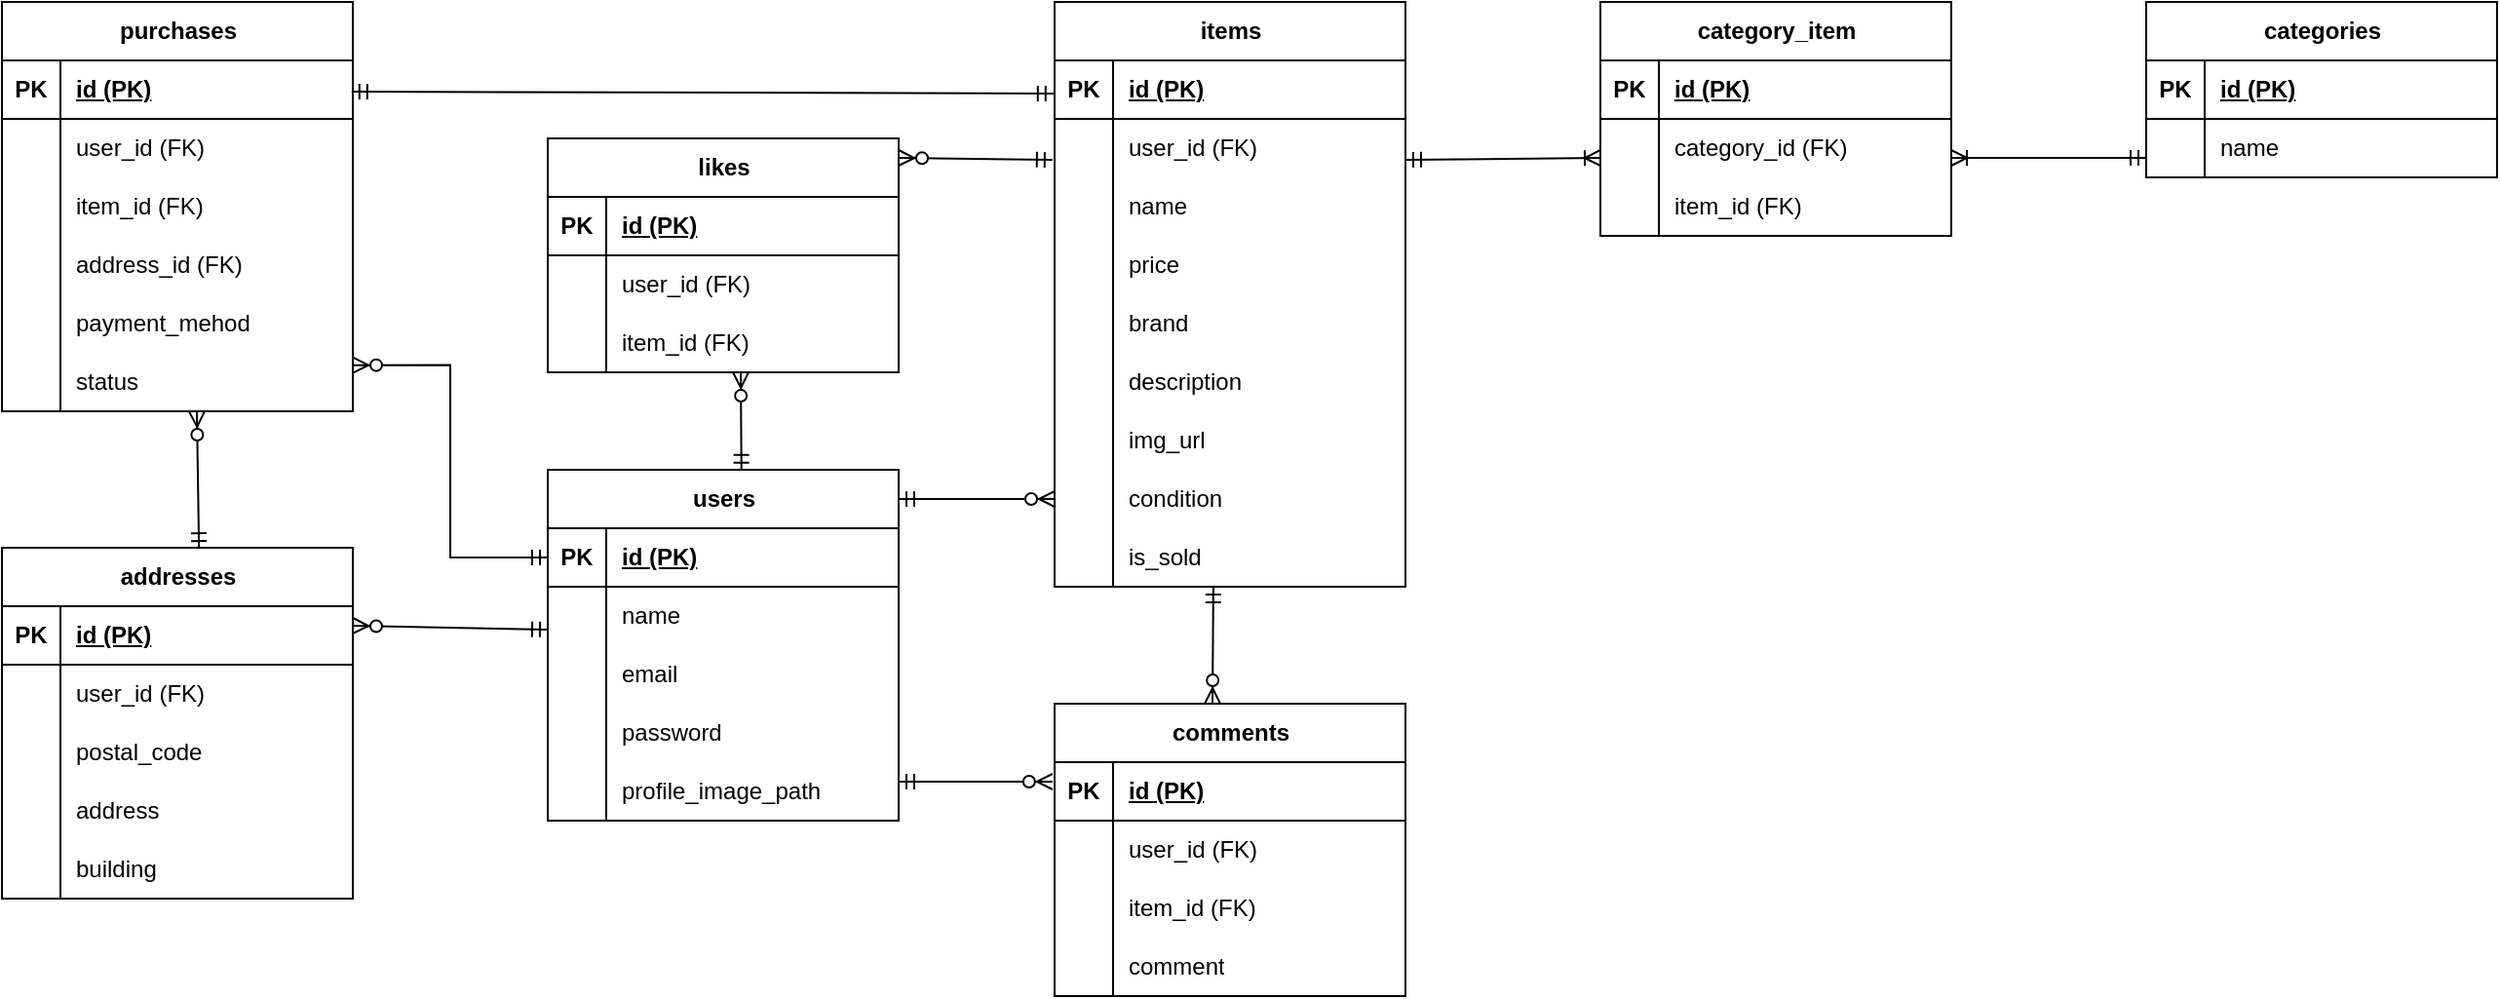
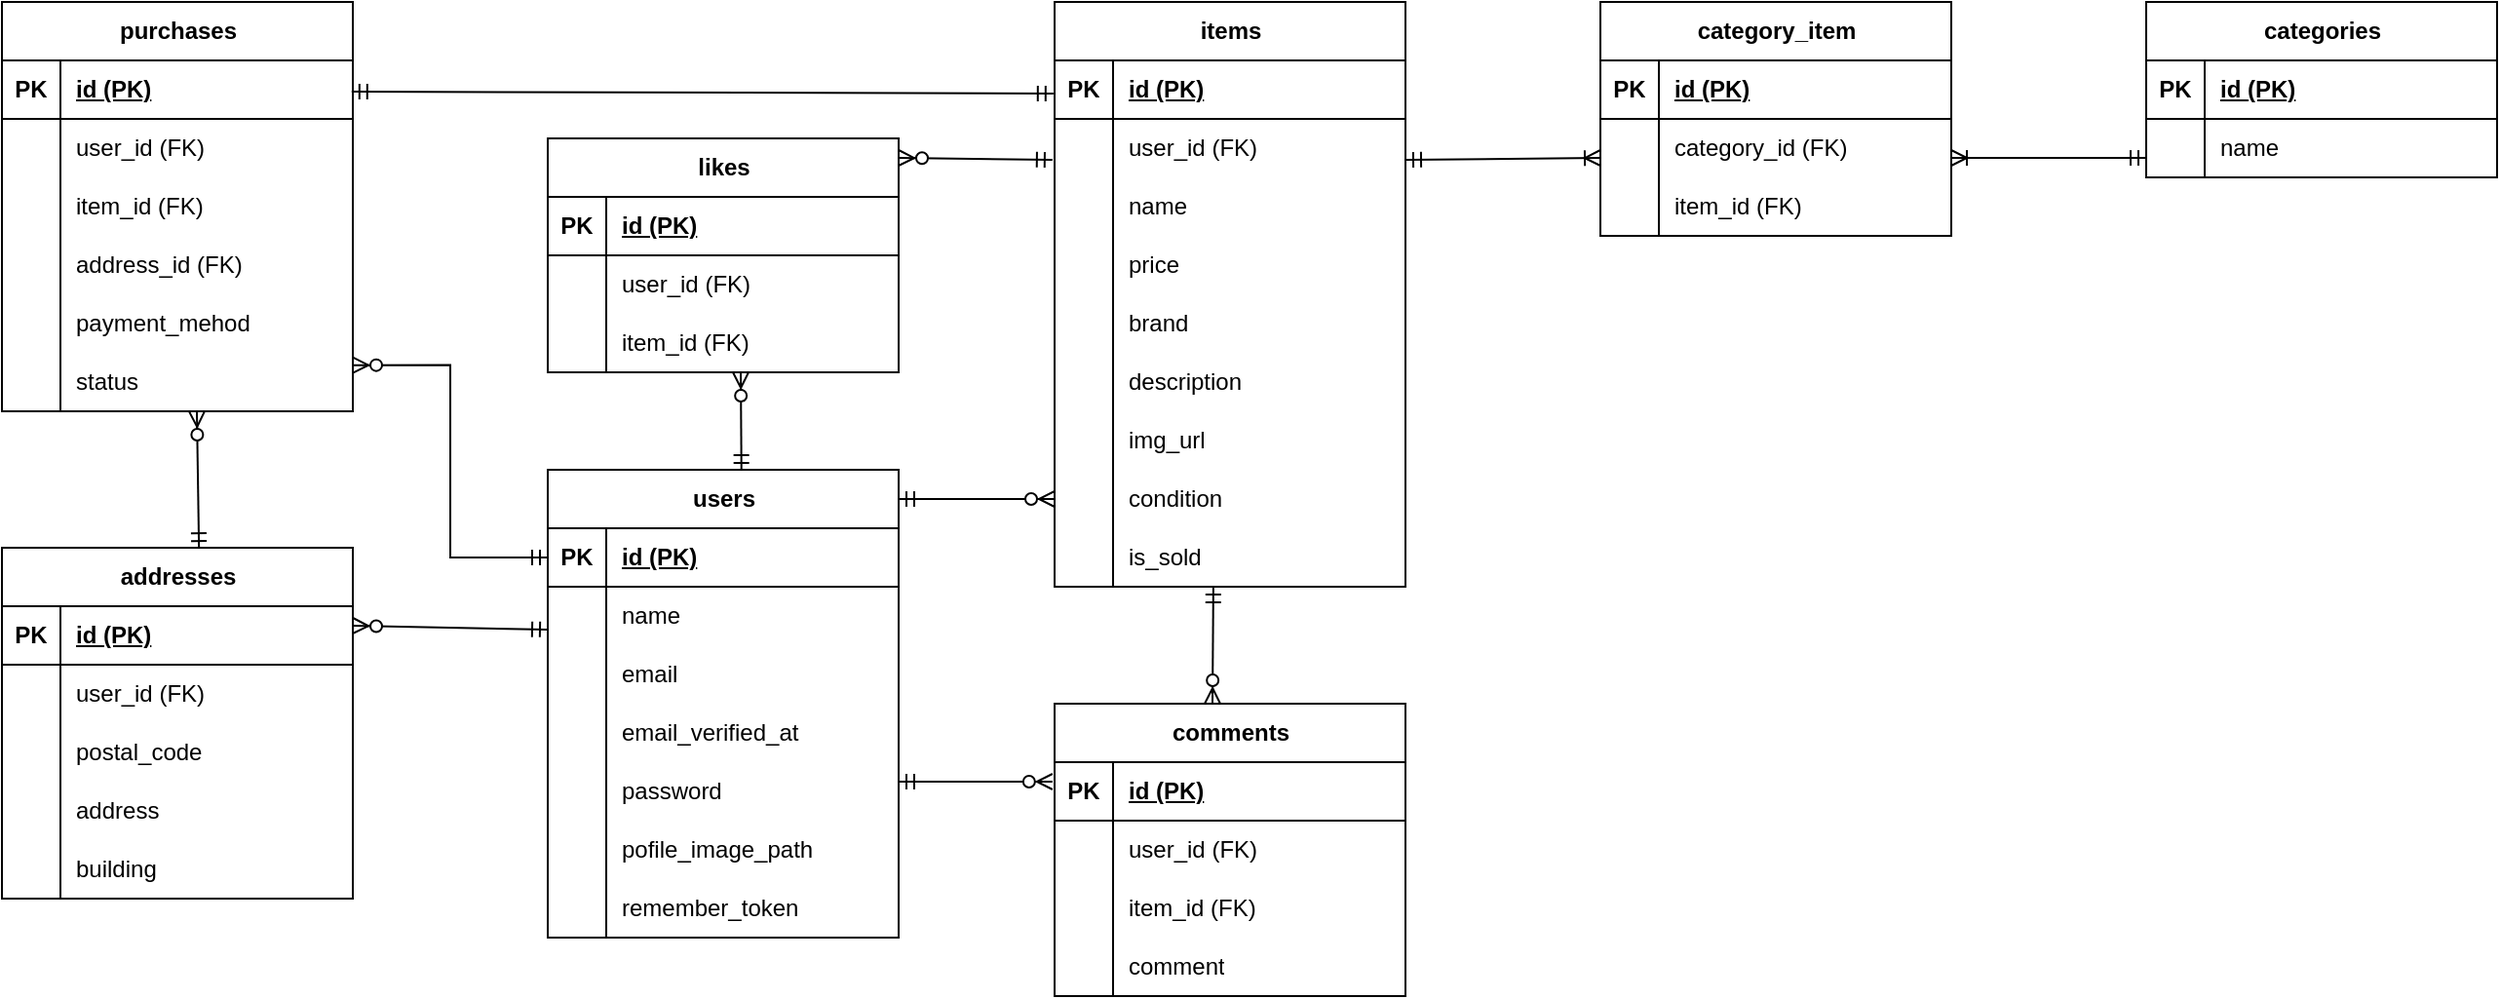
<mxfile host="65bd71144e" scale="1" border="30">
    <diagram id="N1h_2JNsAyLTxUPrJnHD" name="ページ1">
-         <mxGraphModel dx="3214.6" dy="701" grid="1" gridSize="48" guides="0" tooltips="1" connect="0" arrows="0" fold="1" page="1" pageScale="0.9" pageWidth="1654" pageHeight="1169" background="#FFFFFF" math="0" shadow="0">
+         <mxGraphModel dx="2512.6" dy="364" grid="1" gridSize="48" guides="0" tooltips="1" connect="0" arrows="0" fold="1" page="1" pageScale="0.9" pageWidth="1654" pageHeight="1169" background="#FFFFFF" math="0" shadow="0">
            <root>
                <object label="" margin="20px" id="0">
                    <mxCell/>
                </object>
                <mxCell id="1" parent="0"/>
                <mxCell id="318" value="" style="group;movable=1;resizable=1;rotatable=1;deletable=1;editable=1;locked=0;connectable=1;shadow=0;" parent="1" vertex="1" connectable="0">
                    <mxGeometry x="-670" y="336" width="1280" height="510" as="geometry"/>
                </mxCell>
                <mxCell id="319" value="users" style="shape=table;startSize=30;container=1;collapsible=1;childLayout=tableLayout;fixedRows=1;rowLines=0;fontStyle=1;align=center;resizeLast=1;html=1;rounded=0;movable=1;resizable=1;rotatable=1;deletable=1;editable=1;locked=0;connectable=1;shadow=0;" parent="318" vertex="1">
-                     <mxGeometry x="280" y="240" width="180" height="180" as="geometry"/>
+                     <mxGeometry x="280" y="240" width="180" height="240" as="geometry"/>
                </mxCell>
                <mxCell id="320" value="" style="shape=tableRow;horizontal=0;startSize=0;swimlaneHead=0;swimlaneBody=0;fillColor=none;collapsible=0;dropTarget=0;points=[[0,0.5],[1,0.5]];portConstraint=eastwest;top=0;left=0;right=0;bottom=1;rounded=0;movable=1;resizable=1;rotatable=1;deletable=1;editable=1;locked=0;connectable=1;shadow=0;" parent="319" vertex="1">
                    <mxGeometry y="30" width="180" height="30" as="geometry"/>
                </mxCell>
                <mxCell id="321" value="PK" style="shape=partialRectangle;connectable=1;fillColor=none;top=0;left=0;bottom=0;right=0;fontStyle=1;overflow=hidden;whiteSpace=wrap;html=1;rounded=0;movable=1;resizable=1;rotatable=1;deletable=1;editable=1;locked=0;shadow=0;" parent="320" vertex="1">
                    <mxGeometry width="30" height="30" as="geometry">
                        <mxRectangle width="30" height="30" as="alternateBounds"/>
                    </mxGeometry>
                </mxCell>
                <mxCell id="322" value="id (PK)" style="shape=partialRectangle;connectable=1;fillColor=none;top=0;left=0;bottom=0;right=0;align=left;spacingLeft=6;fontStyle=5;overflow=hidden;whiteSpace=wrap;html=1;rounded=0;movable=1;resizable=1;rotatable=1;deletable=1;editable=1;locked=0;shadow=0;" parent="320" vertex="1">
                    <mxGeometry x="30" width="150" height="30" as="geometry">
                        <mxRectangle width="150" height="30" as="alternateBounds"/>
                    </mxGeometry>
                </mxCell>
                <mxCell id="323" value="" style="shape=tableRow;horizontal=0;startSize=0;swimlaneHead=0;swimlaneBody=0;fillColor=none;collapsible=0;dropTarget=0;points=[[0,0.5],[1,0.5]];portConstraint=eastwest;top=0;left=0;right=0;bottom=0;rounded=0;movable=1;resizable=1;rotatable=1;deletable=1;editable=1;locked=0;connectable=1;shadow=0;" parent="319" vertex="1">
                    <mxGeometry y="60" width="180" height="30" as="geometry"/>
                </mxCell>
                <mxCell id="324" value="" style="shape=partialRectangle;connectable=1;fillColor=none;top=0;left=0;bottom=0;right=0;editable=1;overflow=hidden;whiteSpace=wrap;html=1;rounded=0;movable=1;resizable=1;rotatable=1;deletable=1;locked=0;shadow=0;" parent="323" vertex="1">
                    <mxGeometry width="30" height="30" as="geometry">
                        <mxRectangle width="30" height="30" as="alternateBounds"/>
                    </mxGeometry>
                </mxCell>
                <mxCell id="325" value="name" style="shape=partialRectangle;connectable=1;fillColor=none;top=0;left=0;bottom=0;right=0;align=left;spacingLeft=6;overflow=hidden;whiteSpace=wrap;html=1;rounded=0;movable=1;resizable=1;rotatable=1;deletable=1;editable=1;locked=0;shadow=0;" parent="323" vertex="1">
                    <mxGeometry x="30" width="150" height="30" as="geometry">
                        <mxRectangle width="150" height="30" as="alternateBounds"/>
                    </mxGeometry>
                </mxCell>
                <mxCell id="326" value="" style="shape=tableRow;horizontal=0;startSize=0;swimlaneHead=0;swimlaneBody=0;fillColor=none;collapsible=0;dropTarget=0;points=[[0,0.5],[1,0.5]];portConstraint=eastwest;top=0;left=0;right=0;bottom=0;rounded=0;movable=1;resizable=1;rotatable=1;deletable=1;editable=1;locked=0;connectable=1;shadow=0;" parent="319" vertex="1">
                    <mxGeometry y="90" width="180" height="30" as="geometry"/>
                </mxCell>
                <mxCell id="327" value="" style="shape=partialRectangle;connectable=1;fillColor=none;top=0;left=0;bottom=0;right=0;editable=1;overflow=hidden;whiteSpace=wrap;html=1;rounded=0;movable=1;resizable=1;rotatable=1;deletable=1;locked=0;shadow=0;" parent="326" vertex="1">
                    <mxGeometry width="30" height="30" as="geometry">
                        <mxRectangle width="30" height="30" as="alternateBounds"/>
                    </mxGeometry>
                </mxCell>
                <mxCell id="328" value="email" style="shape=partialRectangle;connectable=1;fillColor=none;top=0;left=0;bottom=0;right=0;align=left;spacingLeft=6;overflow=hidden;whiteSpace=wrap;html=1;rounded=0;movable=1;resizable=1;rotatable=1;deletable=1;editable=1;locked=0;shadow=0;" parent="326" vertex="1">
                    <mxGeometry x="30" width="150" height="30" as="geometry">
                        <mxRectangle width="150" height="30" as="alternateBounds"/>
                    </mxGeometry>
                </mxCell>
                <mxCell id="329" value="" style="shape=tableRow;horizontal=0;startSize=0;swimlaneHead=0;swimlaneBody=0;fillColor=none;collapsible=0;dropTarget=0;points=[[0,0.5],[1,0.5]];portConstraint=eastwest;top=0;left=0;right=0;bottom=0;rounded=0;movable=1;resizable=1;rotatable=1;deletable=1;editable=1;locked=0;connectable=1;shadow=0;" parent="319" vertex="1">
                    <mxGeometry y="120" width="180" height="30" as="geometry"/>
                </mxCell>
                <mxCell id="330" value="" style="shape=partialRectangle;connectable=1;fillColor=none;top=0;left=0;bottom=0;right=0;editable=1;overflow=hidden;whiteSpace=wrap;html=1;rounded=0;movable=1;resizable=1;rotatable=1;deletable=1;locked=0;shadow=0;" parent="329" vertex="1">
                    <mxGeometry width="30" height="30" as="geometry">
                        <mxRectangle width="30" height="30" as="alternateBounds"/>
                    </mxGeometry>
                </mxCell>
-                 <mxCell id="331" value="password" style="shape=partialRectangle;connectable=1;fillColor=none;top=0;left=0;bottom=0;right=0;align=left;spacingLeft=6;overflow=hidden;whiteSpace=wrap;html=1;rounded=0;movable=1;resizable=1;rotatable=1;deletable=1;editable=1;locked=0;shadow=0;" parent="329" vertex="1">
+                 <mxCell id="331" value="email_verified_at" style="shape=partialRectangle;connectable=1;fillColor=none;top=0;left=0;bottom=0;right=0;align=left;spacingLeft=6;overflow=hidden;whiteSpace=wrap;html=1;rounded=0;movable=1;resizable=1;rotatable=1;deletable=1;editable=1;locked=0;shadow=0;" parent="329" vertex="1">
                    <mxGeometry x="30" width="150" height="30" as="geometry">
                        <mxRectangle width="150" height="30" as="alternateBounds"/>
                    </mxGeometry>
                </mxCell>
                <mxCell id="332" value="" style="shape=tableRow;horizontal=0;startSize=0;swimlaneHead=0;swimlaneBody=0;fillColor=none;collapsible=0;dropTarget=0;points=[[0,0.5],[1,0.5]];portConstraint=eastwest;top=0;left=0;right=0;bottom=0;rounded=0;movable=1;resizable=1;rotatable=1;deletable=1;editable=1;locked=0;connectable=1;shadow=0;" parent="319" vertex="1">
                    <mxGeometry y="150" width="180" height="30" as="geometry"/>
                </mxCell>
                <mxCell id="333" value="" style="shape=partialRectangle;connectable=1;fillColor=none;top=0;left=0;bottom=0;right=0;editable=1;overflow=hidden;whiteSpace=wrap;html=1;rounded=0;movable=1;resizable=1;rotatable=1;deletable=1;locked=0;shadow=0;" parent="332" vertex="1">
                    <mxGeometry width="30" height="30" as="geometry">
                        <mxRectangle width="30" height="30" as="alternateBounds"/>
                    </mxGeometry>
                </mxCell>
-                 <mxCell id="334" value="profile_image_path" style="shape=partialRectangle;connectable=1;fillColor=none;top=0;left=0;bottom=0;right=0;align=left;spacingLeft=6;overflow=hidden;whiteSpace=wrap;html=1;rounded=0;movable=1;resizable=1;rotatable=1;deletable=1;editable=1;locked=0;shadow=0;" parent="332" vertex="1">
+                 <mxCell id="334" value="password" style="shape=partialRectangle;connectable=1;fillColor=none;top=0;left=0;bottom=0;right=0;align=left;spacingLeft=6;overflow=hidden;whiteSpace=wrap;html=1;rounded=0;movable=1;resizable=1;rotatable=1;deletable=1;editable=1;locked=0;shadow=0;" parent="332" vertex="1">
+                     <mxGeometry x="30" width="150" height="30" as="geometry">
+                         <mxRectangle width="150" height="30" as="alternateBounds"/>
+                     </mxGeometry>
+                 </mxCell>
+                 <mxCell id="453" value="" style="shape=tableRow;horizontal=0;startSize=0;swimlaneHead=0;swimlaneBody=0;fillColor=none;collapsible=0;dropTarget=0;points=[[0,0.5],[1,0.5]];portConstraint=eastwest;top=0;left=0;right=0;bottom=0;rounded=0;movable=1;resizable=1;rotatable=1;deletable=1;editable=1;locked=0;connectable=1;shadow=0;" vertex="1" parent="319">
+                     <mxGeometry y="180" width="180" height="30" as="geometry"/>
+                 </mxCell>
+                 <mxCell id="454" value="" style="shape=partialRectangle;connectable=1;fillColor=none;top=0;left=0;bottom=0;right=0;editable=1;overflow=hidden;whiteSpace=wrap;html=1;rounded=0;movable=1;resizable=1;rotatable=1;deletable=1;locked=0;shadow=0;" vertex="1" parent="453">
+                     <mxGeometry width="30" height="30" as="geometry">
+                         <mxRectangle width="30" height="30" as="alternateBounds"/>
+                     </mxGeometry>
+                 </mxCell>
+                 <mxCell id="455" value="pofile_image_path" style="shape=partialRectangle;connectable=1;fillColor=none;top=0;left=0;bottom=0;right=0;align=left;spacingLeft=6;overflow=hidden;whiteSpace=wrap;html=1;rounded=0;movable=1;resizable=1;rotatable=1;deletable=1;editable=1;locked=0;shadow=0;" vertex="1" parent="453">
+                     <mxGeometry x="30" width="150" height="30" as="geometry">
+                         <mxRectangle width="150" height="30" as="alternateBounds"/>
+                     </mxGeometry>
+                 </mxCell>
+                 <mxCell id="456" value="" style="shape=tableRow;horizontal=0;startSize=0;swimlaneHead=0;swimlaneBody=0;fillColor=none;collapsible=0;dropTarget=0;points=[[0,0.5],[1,0.5]];portConstraint=eastwest;top=0;left=0;right=0;bottom=0;rounded=0;movable=1;resizable=1;rotatable=1;deletable=1;editable=1;locked=0;connectable=1;shadow=0;" vertex="1" parent="319">
+                     <mxGeometry y="210" width="180" height="30" as="geometry"/>
+                 </mxCell>
+                 <mxCell id="457" value="" style="shape=partialRectangle;connectable=1;fillColor=none;top=0;left=0;bottom=0;right=0;editable=1;overflow=hidden;whiteSpace=wrap;html=1;rounded=0;movable=1;resizable=1;rotatable=1;deletable=1;locked=0;shadow=0;" vertex="1" parent="456">
+                     <mxGeometry width="30" height="30" as="geometry">
+                         <mxRectangle width="30" height="30" as="alternateBounds"/>
+                     </mxGeometry>
+                 </mxCell>
+                 <mxCell id="458" value="remember_token" style="shape=partialRectangle;connectable=1;fillColor=none;top=0;left=0;bottom=0;right=0;align=left;spacingLeft=6;overflow=hidden;whiteSpace=wrap;html=1;rounded=0;movable=1;resizable=1;rotatable=1;deletable=1;editable=1;locked=0;shadow=0;" vertex="1" parent="456">
                    <mxGeometry x="30" width="150" height="30" as="geometry">
                        <mxRectangle width="150" height="30" as="alternateBounds"/>
                    </mxGeometry>
                </mxCell>
                <mxCell id="335" value="items" style="shape=table;startSize=30;container=1;collapsible=1;childLayout=tableLayout;fixedRows=1;rowLines=0;fontStyle=1;align=center;resizeLast=1;html=1;rounded=0;movable=1;resizable=1;rotatable=1;deletable=1;editable=1;locked=0;connectable=1;shadow=0;" parent="318" vertex="1">
                    <mxGeometry x="540" width="180" height="300" as="geometry"/>
                </mxCell>
                <mxCell id="336" value="" style="shape=tableRow;horizontal=0;startSize=0;swimlaneHead=0;swimlaneBody=0;fillColor=none;collapsible=0;dropTarget=0;points=[[0,0.5],[1,0.5]];portConstraint=eastwest;top=0;left=0;right=0;bottom=1;rounded=0;movable=1;resizable=1;rotatable=1;deletable=1;editable=1;locked=0;connectable=1;shadow=0;" parent="335" vertex="1">
                    <mxGeometry y="30" width="180" height="30" as="geometry"/>
                </mxCell>
                <mxCell id="337" value="PK" style="shape=partialRectangle;connectable=1;fillColor=none;top=0;left=0;bottom=0;right=0;fontStyle=1;overflow=hidden;whiteSpace=wrap;html=1;rounded=0;movable=1;resizable=1;rotatable=1;deletable=1;editable=1;locked=0;shadow=0;" parent="336" vertex="1">
                    <mxGeometry width="30" height="30" as="geometry">
                        <mxRectangle width="30" height="30" as="alternateBounds"/>
                    </mxGeometry>
                </mxCell>
                <mxCell id="338" value="id (PK)" style="shape=partialRectangle;connectable=1;fillColor=none;top=0;left=0;bottom=0;right=0;align=left;spacingLeft=6;fontStyle=5;overflow=hidden;whiteSpace=wrap;html=1;rounded=0;movable=1;resizable=1;rotatable=1;deletable=1;editable=1;locked=0;shadow=0;" parent="336" vertex="1">
                    <mxGeometry x="30" width="150" height="30" as="geometry">
                        <mxRectangle width="150" height="30" as="alternateBounds"/>
                    </mxGeometry>
                </mxCell>
                <mxCell id="339" value="" style="shape=tableRow;horizontal=0;startSize=0;swimlaneHead=0;swimlaneBody=0;fillColor=none;collapsible=0;dropTarget=0;points=[[0,0.5],[1,0.5]];portConstraint=eastwest;top=0;left=0;right=0;bottom=0;rounded=0;movable=1;resizable=1;rotatable=1;deletable=1;editable=1;locked=0;connectable=1;shadow=0;" parent="335" vertex="1">
                    <mxGeometry y="60" width="180" height="30" as="geometry"/>
                </mxCell>
                <mxCell id="340" value="" style="shape=partialRectangle;connectable=1;fillColor=none;top=0;left=0;bottom=0;right=0;editable=1;overflow=hidden;whiteSpace=wrap;html=1;rounded=0;movable=1;resizable=1;rotatable=1;deletable=1;locked=0;shadow=0;" parent="339" vertex="1">
                    <mxGeometry width="30" height="30" as="geometry">
                        <mxRectangle width="30" height="30" as="alternateBounds"/>
                    </mxGeometry>
                </mxCell>
                <mxCell id="341" value="user_id (FK)" style="shape=partialRectangle;connectable=1;fillColor=none;top=0;left=0;bottom=0;right=0;align=left;spacingLeft=6;overflow=hidden;whiteSpace=wrap;html=1;rounded=0;movable=1;resizable=1;rotatable=1;deletable=1;editable=1;locked=0;shadow=0;" parent="339" vertex="1">
                    <mxGeometry x="30" width="150" height="30" as="geometry">
                        <mxRectangle width="150" height="30" as="alternateBounds"/>
                    </mxGeometry>
                </mxCell>
                <mxCell id="342" value="" style="shape=tableRow;horizontal=0;startSize=0;swimlaneHead=0;swimlaneBody=0;fillColor=none;collapsible=0;dropTarget=0;points=[[0,0.5],[1,0.5]];portConstraint=eastwest;top=0;left=0;right=0;bottom=0;rounded=0;movable=1;resizable=1;rotatable=1;deletable=1;editable=1;locked=0;connectable=1;shadow=0;" parent="335" vertex="1">
                    <mxGeometry y="90" width="180" height="30" as="geometry"/>
                </mxCell>
                <mxCell id="343" value="" style="shape=partialRectangle;connectable=1;fillColor=none;top=0;left=0;bottom=0;right=0;editable=1;overflow=hidden;whiteSpace=wrap;html=1;rounded=0;movable=1;resizable=1;rotatable=1;deletable=1;locked=0;shadow=0;" parent="342" vertex="1">
                    <mxGeometry width="30" height="30" as="geometry">
                        <mxRectangle width="30" height="30" as="alternateBounds"/>
                    </mxGeometry>
                </mxCell>
                <mxCell id="344" value="name" style="shape=partialRectangle;connectable=1;fillColor=none;top=0;left=0;bottom=0;right=0;align=left;spacingLeft=6;overflow=hidden;whiteSpace=wrap;html=1;rounded=0;movable=1;resizable=1;rotatable=1;deletable=1;editable=1;locked=0;shadow=0;" parent="342" vertex="1">
                    <mxGeometry x="30" width="150" height="30" as="geometry">
                        <mxRectangle width="150" height="30" as="alternateBounds"/>
                    </mxGeometry>
                </mxCell>
                <mxCell id="345" value="" style="shape=tableRow;horizontal=0;startSize=0;swimlaneHead=0;swimlaneBody=0;fillColor=none;collapsible=0;dropTarget=0;points=[[0,0.5],[1,0.5]];portConstraint=eastwest;top=0;left=0;right=0;bottom=0;rounded=0;movable=1;resizable=1;rotatable=1;deletable=1;editable=1;locked=0;connectable=1;shadow=0;" parent="335" vertex="1">
                    <mxGeometry y="120" width="180" height="30" as="geometry"/>
                </mxCell>
                <mxCell id="346" value="" style="shape=partialRectangle;connectable=1;fillColor=none;top=0;left=0;bottom=0;right=0;editable=1;overflow=hidden;whiteSpace=wrap;html=1;rounded=0;movable=1;resizable=1;rotatable=1;deletable=1;locked=0;shadow=0;" parent="345" vertex="1">
                    <mxGeometry width="30" height="30" as="geometry">
                        <mxRectangle width="30" height="30" as="alternateBounds"/>
                    </mxGeometry>
                </mxCell>
                <mxCell id="347" value="price" style="shape=partialRectangle;connectable=1;fillColor=none;top=0;left=0;bottom=0;right=0;align=left;spacingLeft=6;overflow=hidden;whiteSpace=wrap;html=1;rounded=0;movable=1;resizable=1;rotatable=1;deletable=1;editable=1;locked=0;shadow=0;" parent="345" vertex="1">
                    <mxGeometry x="30" width="150" height="30" as="geometry">
                        <mxRectangle width="150" height="30" as="alternateBounds"/>
                    </mxGeometry>
                </mxCell>
                <mxCell id="348" value="" style="shape=tableRow;horizontal=0;startSize=0;swimlaneHead=0;swimlaneBody=0;fillColor=none;collapsible=0;dropTarget=0;points=[[0,0.5],[1,0.5]];portConstraint=eastwest;top=0;left=0;right=0;bottom=0;rounded=0;movable=1;resizable=1;rotatable=1;deletable=1;editable=1;locked=0;connectable=1;shadow=0;" parent="335" vertex="1">
                    <mxGeometry y="150" width="180" height="30" as="geometry"/>
                </mxCell>
                <mxCell id="349" value="" style="shape=partialRectangle;connectable=1;fillColor=none;top=0;left=0;bottom=0;right=0;editable=1;overflow=hidden;whiteSpace=wrap;html=1;rounded=0;movable=1;resizable=1;rotatable=1;deletable=1;locked=0;shadow=0;" parent="348" vertex="1">
                    <mxGeometry width="30" height="30" as="geometry">
                        <mxRectangle width="30" height="30" as="alternateBounds"/>
                    </mxGeometry>
                </mxCell>
                <mxCell id="350" value="brand" style="shape=partialRectangle;connectable=1;fillColor=none;top=0;left=0;bottom=0;right=0;align=left;spacingLeft=6;overflow=hidden;whiteSpace=wrap;html=1;rounded=0;movable=1;resizable=1;rotatable=1;deletable=1;editable=1;locked=0;shadow=0;" parent="348" vertex="1">
                    <mxGeometry x="30" width="150" height="30" as="geometry">
                        <mxRectangle width="150" height="30" as="alternateBounds"/>
                    </mxGeometry>
                </mxCell>
                <mxCell id="351" value="" style="shape=tableRow;horizontal=0;startSize=0;swimlaneHead=0;swimlaneBody=0;fillColor=none;collapsible=0;dropTarget=0;points=[[0,0.5],[1,0.5]];portConstraint=eastwest;top=0;left=0;right=0;bottom=0;rounded=0;movable=1;resizable=1;rotatable=1;deletable=1;editable=1;locked=0;connectable=1;shadow=0;" parent="335" vertex="1">
                    <mxGeometry y="180" width="180" height="30" as="geometry"/>
                </mxCell>
                <mxCell id="352" value="" style="shape=partialRectangle;connectable=1;fillColor=none;top=0;left=0;bottom=0;right=0;editable=1;overflow=hidden;whiteSpace=wrap;html=1;rounded=0;movable=1;resizable=1;rotatable=1;deletable=1;locked=0;shadow=0;" parent="351" vertex="1">
                    <mxGeometry width="30" height="30" as="geometry">
                        <mxRectangle width="30" height="30" as="alternateBounds"/>
                    </mxGeometry>
                </mxCell>
                <mxCell id="353" value="description" style="shape=partialRectangle;connectable=1;fillColor=none;top=0;left=0;bottom=0;right=0;align=left;spacingLeft=6;overflow=hidden;whiteSpace=wrap;html=1;rounded=0;movable=1;resizable=1;rotatable=1;deletable=1;editable=1;locked=0;shadow=0;" parent="351" vertex="1">
                    <mxGeometry x="30" width="150" height="30" as="geometry">
                        <mxRectangle width="150" height="30" as="alternateBounds"/>
                    </mxGeometry>
                </mxCell>
                <mxCell id="354" value="" style="shape=tableRow;horizontal=0;startSize=0;swimlaneHead=0;swimlaneBody=0;fillColor=none;collapsible=0;dropTarget=0;points=[[0,0.5],[1,0.5]];portConstraint=eastwest;top=0;left=0;right=0;bottom=0;rounded=0;movable=1;resizable=1;rotatable=1;deletable=1;editable=1;locked=0;connectable=1;shadow=0;" parent="335" vertex="1">
                    <mxGeometry y="210" width="180" height="30" as="geometry"/>
                </mxCell>
                <mxCell id="355" value="" style="shape=partialRectangle;connectable=1;fillColor=none;top=0;left=0;bottom=0;right=0;editable=1;overflow=hidden;whiteSpace=wrap;html=1;rounded=0;movable=1;resizable=1;rotatable=1;deletable=1;locked=0;shadow=0;" parent="354" vertex="1">
                    <mxGeometry width="30" height="30" as="geometry">
                        <mxRectangle width="30" height="30" as="alternateBounds"/>
                    </mxGeometry>
                </mxCell>
                <mxCell id="356" value="img_url" style="shape=partialRectangle;connectable=1;fillColor=none;top=0;left=0;bottom=0;right=0;align=left;spacingLeft=6;overflow=hidden;whiteSpace=wrap;html=1;rounded=0;movable=1;resizable=1;rotatable=1;deletable=1;editable=1;locked=0;shadow=0;" parent="354" vertex="1">
                    <mxGeometry x="30" width="150" height="30" as="geometry">
                        <mxRectangle width="150" height="30" as="alternateBounds"/>
                    </mxGeometry>
                </mxCell>
                <mxCell id="357" value="" style="shape=tableRow;horizontal=0;startSize=0;swimlaneHead=0;swimlaneBody=0;fillColor=none;collapsible=0;dropTarget=0;points=[[0,0.5],[1,0.5]];portConstraint=eastwest;top=0;left=0;right=0;bottom=0;rounded=0;movable=1;resizable=1;rotatable=1;deletable=1;editable=1;locked=0;connectable=1;shadow=0;" parent="335" vertex="1">
                    <mxGeometry y="240" width="180" height="30" as="geometry"/>
                </mxCell>
                <mxCell id="358" value="" style="shape=partialRectangle;connectable=1;fillColor=none;top=0;left=0;bottom=0;right=0;editable=1;overflow=hidden;whiteSpace=wrap;html=1;rounded=0;movable=1;resizable=1;rotatable=1;deletable=1;locked=0;shadow=0;" parent="357" vertex="1">
                    <mxGeometry width="30" height="30" as="geometry">
                        <mxRectangle width="30" height="30" as="alternateBounds"/>
                    </mxGeometry>
                </mxCell>
                <mxCell id="359" value="condition" style="shape=partialRectangle;connectable=1;fillColor=none;top=0;left=0;bottom=0;right=0;align=left;spacingLeft=6;overflow=hidden;whiteSpace=wrap;html=1;rounded=0;movable=1;resizable=1;rotatable=1;deletable=1;editable=1;locked=0;shadow=0;" parent="357" vertex="1">
                    <mxGeometry x="30" width="150" height="30" as="geometry">
                        <mxRectangle width="150" height="30" as="alternateBounds"/>
                    </mxGeometry>
                </mxCell>
                <mxCell id="446" value="" style="shape=tableRow;horizontal=0;startSize=0;swimlaneHead=0;swimlaneBody=0;fillColor=none;collapsible=0;dropTarget=0;points=[[0,0.5],[1,0.5]];portConstraint=eastwest;top=0;left=0;right=0;bottom=0;rounded=0;movable=1;resizable=1;rotatable=1;deletable=1;editable=1;locked=0;connectable=1;shadow=0;" parent="335" vertex="1">
                    <mxGeometry y="270" width="180" height="30" as="geometry"/>
                </mxCell>
                <mxCell id="447" value="" style="shape=partialRectangle;connectable=1;fillColor=none;top=0;left=0;bottom=0;right=0;editable=1;overflow=hidden;whiteSpace=wrap;html=1;rounded=0;movable=1;resizable=1;rotatable=1;deletable=1;locked=0;shadow=0;" parent="446" vertex="1">
                    <mxGeometry width="30" height="30" as="geometry">
                        <mxRectangle width="30" height="30" as="alternateBounds"/>
                    </mxGeometry>
                </mxCell>
                <mxCell id="448" value="is_sold" style="shape=partialRectangle;connectable=1;fillColor=none;top=0;left=0;bottom=0;right=0;align=left;spacingLeft=6;overflow=hidden;whiteSpace=wrap;html=1;rounded=0;movable=1;resizable=1;rotatable=1;deletable=1;editable=1;locked=0;shadow=0;" parent="446" vertex="1">
                    <mxGeometry x="30" width="150" height="30" as="geometry">
                        <mxRectangle width="150" height="30" as="alternateBounds"/>
                    </mxGeometry>
                </mxCell>
                <mxCell id="360" value="categories" style="shape=table;startSize=30;container=1;collapsible=1;childLayout=tableLayout;fixedRows=1;rowLines=0;fontStyle=1;align=center;resizeLast=1;html=1;rounded=0;movable=1;resizable=1;rotatable=1;deletable=1;editable=1;locked=0;connectable=1;shadow=0;" parent="318" vertex="1">
                    <mxGeometry x="1100" width="180" height="90" as="geometry"/>
                </mxCell>
                <mxCell id="361" value="" style="shape=tableRow;horizontal=0;startSize=0;swimlaneHead=0;swimlaneBody=0;fillColor=none;collapsible=0;dropTarget=0;points=[[0,0.5],[1,0.5]];portConstraint=eastwest;top=0;left=0;right=0;bottom=1;rounded=0;movable=1;resizable=1;rotatable=1;deletable=1;editable=1;locked=0;connectable=1;shadow=0;" parent="360" vertex="1">
                    <mxGeometry y="30" width="180" height="30" as="geometry"/>
                </mxCell>
                <mxCell id="362" value="PK" style="shape=partialRectangle;connectable=1;fillColor=none;top=0;left=0;bottom=0;right=0;fontStyle=1;overflow=hidden;whiteSpace=wrap;html=1;rounded=0;movable=1;resizable=1;rotatable=1;deletable=1;editable=1;locked=0;shadow=0;" parent="361" vertex="1">
                    <mxGeometry width="30" height="30" as="geometry">
                        <mxRectangle width="30" height="30" as="alternateBounds"/>
                    </mxGeometry>
                </mxCell>
                <mxCell id="363" value="id (PK)" style="shape=partialRectangle;connectable=1;fillColor=none;top=0;left=0;bottom=0;right=0;align=left;spacingLeft=6;fontStyle=5;overflow=hidden;whiteSpace=wrap;html=1;rounded=0;movable=1;resizable=1;rotatable=1;deletable=1;editable=1;locked=0;shadow=0;" parent="361" vertex="1">
                    <mxGeometry x="30" width="150" height="30" as="geometry">
                        <mxRectangle width="150" height="30" as="alternateBounds"/>
                    </mxGeometry>
                </mxCell>
                <mxCell id="364" value="" style="shape=tableRow;horizontal=0;startSize=0;swimlaneHead=0;swimlaneBody=0;fillColor=none;collapsible=0;dropTarget=0;points=[[0,0.5],[1,0.5]];portConstraint=eastwest;top=0;left=0;right=0;bottom=0;rounded=0;movable=1;resizable=1;rotatable=1;deletable=1;editable=1;locked=0;connectable=1;shadow=0;" parent="360" vertex="1">
                    <mxGeometry y="60" width="180" height="30" as="geometry"/>
                </mxCell>
                <mxCell id="365" value="" style="shape=partialRectangle;connectable=1;fillColor=none;top=0;left=0;bottom=0;right=0;editable=1;overflow=hidden;whiteSpace=wrap;html=1;rounded=0;movable=1;resizable=1;rotatable=1;deletable=1;locked=0;shadow=0;" parent="364" vertex="1">
                    <mxGeometry width="30" height="30" as="geometry">
                        <mxRectangle width="30" height="30" as="alternateBounds"/>
                    </mxGeometry>
                </mxCell>
                <mxCell id="366" value="name" style="shape=partialRectangle;connectable=1;fillColor=none;top=0;left=0;bottom=0;right=0;align=left;spacingLeft=6;overflow=hidden;whiteSpace=wrap;html=1;rounded=0;movable=1;resizable=1;rotatable=1;deletable=1;editable=1;locked=0;shadow=0;" parent="364" vertex="1">
                    <mxGeometry x="30" width="150" height="30" as="geometry">
                        <mxRectangle width="150" height="30" as="alternateBounds"/>
                    </mxGeometry>
                </mxCell>
                <mxCell id="367" value="category_item" style="shape=table;startSize=30;container=1;collapsible=1;childLayout=tableLayout;fixedRows=1;rowLines=0;fontStyle=1;align=center;resizeLast=1;html=1;rounded=0;movable=1;resizable=1;rotatable=1;deletable=1;editable=1;locked=0;connectable=1;shadow=0;" parent="318" vertex="1">
                    <mxGeometry x="820" width="180" height="120" as="geometry"/>
                </mxCell>
                <mxCell id="368" value="" style="shape=tableRow;horizontal=0;startSize=0;swimlaneHead=0;swimlaneBody=0;fillColor=none;collapsible=0;dropTarget=0;points=[[0,0.5],[1,0.5]];portConstraint=eastwest;top=0;left=0;right=0;bottom=1;rounded=0;movable=1;resizable=1;rotatable=1;deletable=1;editable=1;locked=0;connectable=1;shadow=0;" parent="367" vertex="1">
                    <mxGeometry y="30" width="180" height="30" as="geometry"/>
                </mxCell>
                <mxCell id="369" value="PK" style="shape=partialRectangle;connectable=1;fillColor=none;top=0;left=0;bottom=0;right=0;fontStyle=1;overflow=hidden;whiteSpace=wrap;html=1;rounded=0;movable=1;resizable=1;rotatable=1;deletable=1;editable=1;locked=0;shadow=0;" parent="368" vertex="1">
                    <mxGeometry width="30" height="30" as="geometry">
                        <mxRectangle width="30" height="30" as="alternateBounds"/>
                    </mxGeometry>
                </mxCell>
                <mxCell id="370" value="id (PK)" style="shape=partialRectangle;connectable=1;fillColor=none;top=0;left=0;bottom=0;right=0;align=left;spacingLeft=6;fontStyle=5;overflow=hidden;whiteSpace=wrap;html=1;rounded=0;movable=1;resizable=1;rotatable=1;deletable=1;editable=1;locked=0;shadow=0;" parent="368" vertex="1">
                    <mxGeometry x="30" width="150" height="30" as="geometry">
                        <mxRectangle width="150" height="30" as="alternateBounds"/>
                    </mxGeometry>
                </mxCell>
                <mxCell id="371" value="" style="shape=tableRow;horizontal=0;startSize=0;swimlaneHead=0;swimlaneBody=0;fillColor=none;collapsible=0;dropTarget=0;points=[[0,0.5],[1,0.5]];portConstraint=eastwest;top=0;left=0;right=0;bottom=0;rounded=0;movable=1;resizable=1;rotatable=1;deletable=1;editable=1;locked=0;connectable=1;shadow=0;" parent="367" vertex="1">
                    <mxGeometry y="60" width="180" height="30" as="geometry"/>
                </mxCell>
                <mxCell id="372" value="" style="shape=partialRectangle;connectable=1;fillColor=none;top=0;left=0;bottom=0;right=0;editable=1;overflow=hidden;whiteSpace=wrap;html=1;rounded=0;movable=1;resizable=1;rotatable=1;deletable=1;locked=0;shadow=0;" parent="371" vertex="1">
                    <mxGeometry width="30" height="30" as="geometry">
                        <mxRectangle width="30" height="30" as="alternateBounds"/>
                    </mxGeometry>
                </mxCell>
                <mxCell id="373" value="category_id (FK)" style="shape=partialRectangle;connectable=1;fillColor=none;top=0;left=0;bottom=0;right=0;align=left;spacingLeft=6;overflow=hidden;whiteSpace=wrap;html=1;rounded=0;movable=1;resizable=1;rotatable=1;deletable=1;editable=1;locked=0;shadow=0;" parent="371" vertex="1">
                    <mxGeometry x="30" width="150" height="30" as="geometry">
                        <mxRectangle width="150" height="30" as="alternateBounds"/>
                    </mxGeometry>
                </mxCell>
                <mxCell id="374" value="" style="shape=tableRow;horizontal=0;startSize=0;swimlaneHead=0;swimlaneBody=0;fillColor=none;collapsible=0;dropTarget=0;points=[[0,0.5],[1,0.5]];portConstraint=eastwest;top=0;left=0;right=0;bottom=0;rounded=0;movable=1;resizable=1;rotatable=1;deletable=1;editable=1;locked=0;connectable=1;shadow=0;" parent="367" vertex="1">
                    <mxGeometry y="90" width="180" height="30" as="geometry"/>
                </mxCell>
                <mxCell id="375" value="" style="shape=partialRectangle;connectable=1;fillColor=none;top=0;left=0;bottom=0;right=0;editable=1;overflow=hidden;whiteSpace=wrap;html=1;rounded=0;movable=1;resizable=1;rotatable=1;deletable=1;locked=0;shadow=0;" parent="374" vertex="1">
                    <mxGeometry width="30" height="30" as="geometry">
                        <mxRectangle width="30" height="30" as="alternateBounds"/>
                    </mxGeometry>
                </mxCell>
                <mxCell id="376" value="item_id (FK)" style="shape=partialRectangle;connectable=1;fillColor=none;top=0;left=0;bottom=0;right=0;align=left;spacingLeft=6;overflow=hidden;whiteSpace=wrap;html=1;rounded=0;movable=1;resizable=1;rotatable=1;deletable=1;editable=1;locked=0;shadow=0;" parent="374" vertex="1">
                    <mxGeometry x="30" width="150" height="30" as="geometry">
                        <mxRectangle width="150" height="30" as="alternateBounds"/>
                    </mxGeometry>
                </mxCell>
                <mxCell id="377" value="addresses" style="shape=table;startSize=30;container=1;collapsible=1;childLayout=tableLayout;fixedRows=1;rowLines=0;fontStyle=1;align=center;resizeLast=1;html=1;rounded=0;movable=1;resizable=1;rotatable=1;deletable=1;editable=1;locked=0;connectable=1;shadow=0;" parent="318" vertex="1">
                    <mxGeometry y="280" width="180" height="180" as="geometry"/>
                </mxCell>
                <mxCell id="378" value="" style="shape=tableRow;horizontal=0;startSize=0;swimlaneHead=0;swimlaneBody=0;fillColor=none;collapsible=0;dropTarget=0;points=[[0,0.5],[1,0.5]];portConstraint=eastwest;top=0;left=0;right=0;bottom=1;rounded=0;movable=1;resizable=1;rotatable=1;deletable=1;editable=1;locked=0;connectable=1;shadow=0;" parent="377" vertex="1">
                    <mxGeometry y="30" width="180" height="30" as="geometry"/>
                </mxCell>
                <mxCell id="379" value="PK" style="shape=partialRectangle;connectable=1;fillColor=none;top=0;left=0;bottom=0;right=0;fontStyle=1;overflow=hidden;whiteSpace=wrap;html=1;rounded=0;movable=1;resizable=1;rotatable=1;deletable=1;editable=1;locked=0;shadow=0;" parent="378" vertex="1">
                    <mxGeometry width="30" height="30" as="geometry">
                        <mxRectangle width="30" height="30" as="alternateBounds"/>
                    </mxGeometry>
                </mxCell>
                <mxCell id="380" value="id (PK)" style="shape=partialRectangle;connectable=1;fillColor=none;top=0;left=0;bottom=0;right=0;align=left;spacingLeft=6;fontStyle=5;overflow=hidden;whiteSpace=wrap;html=1;rounded=0;movable=1;resizable=1;rotatable=1;deletable=1;editable=1;locked=0;shadow=0;" parent="378" vertex="1">
                    <mxGeometry x="30" width="150" height="30" as="geometry">
                        <mxRectangle width="150" height="30" as="alternateBounds"/>
                    </mxGeometry>
                </mxCell>
                <mxCell id="381" value="" style="shape=tableRow;horizontal=0;startSize=0;swimlaneHead=0;swimlaneBody=0;fillColor=none;collapsible=0;dropTarget=0;points=[[0,0.5],[1,0.5]];portConstraint=eastwest;top=0;left=0;right=0;bottom=0;rounded=0;movable=1;resizable=1;rotatable=1;deletable=1;editable=1;locked=0;connectable=1;shadow=0;" parent="377" vertex="1">
                    <mxGeometry y="60" width="180" height="30" as="geometry"/>
                </mxCell>
                <mxCell id="382" value="" style="shape=partialRectangle;connectable=1;fillColor=none;top=0;left=0;bottom=0;right=0;editable=1;overflow=hidden;whiteSpace=wrap;html=1;rounded=0;movable=1;resizable=1;rotatable=1;deletable=1;locked=0;shadow=0;" parent="381" vertex="1">
                    <mxGeometry width="30" height="30" as="geometry">
                        <mxRectangle width="30" height="30" as="alternateBounds"/>
                    </mxGeometry>
                </mxCell>
                <mxCell id="383" value="user_id (FK)" style="shape=partialRectangle;connectable=1;fillColor=none;top=0;left=0;bottom=0;right=0;align=left;spacingLeft=6;overflow=hidden;whiteSpace=wrap;html=1;rounded=0;movable=1;resizable=1;rotatable=1;deletable=1;editable=1;locked=0;shadow=0;" parent="381" vertex="1">
                    <mxGeometry x="30" width="150" height="30" as="geometry">
                        <mxRectangle width="150" height="30" as="alternateBounds"/>
                    </mxGeometry>
                </mxCell>
                <mxCell id="384" value="" style="shape=tableRow;horizontal=0;startSize=0;swimlaneHead=0;swimlaneBody=0;fillColor=none;collapsible=0;dropTarget=0;points=[[0,0.5],[1,0.5]];portConstraint=eastwest;top=0;left=0;right=0;bottom=0;rounded=0;movable=1;resizable=1;rotatable=1;deletable=1;editable=1;locked=0;connectable=1;shadow=0;" parent="377" vertex="1">
                    <mxGeometry y="90" width="180" height="30" as="geometry"/>
                </mxCell>
                <mxCell id="385" value="" style="shape=partialRectangle;connectable=1;fillColor=none;top=0;left=0;bottom=0;right=0;editable=1;overflow=hidden;whiteSpace=wrap;html=1;rounded=0;movable=1;resizable=1;rotatable=1;deletable=1;locked=0;shadow=0;" parent="384" vertex="1">
                    <mxGeometry width="30" height="30" as="geometry">
                        <mxRectangle width="30" height="30" as="alternateBounds"/>
                    </mxGeometry>
                </mxCell>
                <mxCell id="386" value="postal_code" style="shape=partialRectangle;connectable=1;fillColor=none;top=0;left=0;bottom=0;right=0;align=left;spacingLeft=6;overflow=hidden;whiteSpace=wrap;html=1;rounded=0;movable=1;resizable=1;rotatable=1;deletable=1;editable=1;locked=0;shadow=0;" parent="384" vertex="1">
                    <mxGeometry x="30" width="150" height="30" as="geometry">
                        <mxRectangle width="150" height="30" as="alternateBounds"/>
                    </mxGeometry>
                </mxCell>
                <mxCell id="387" value="" style="shape=tableRow;horizontal=0;startSize=0;swimlaneHead=0;swimlaneBody=0;fillColor=none;collapsible=0;dropTarget=0;points=[[0,0.5],[1,0.5]];portConstraint=eastwest;top=0;left=0;right=0;bottom=0;rounded=0;movable=1;resizable=1;rotatable=1;deletable=1;editable=1;locked=0;connectable=1;shadow=0;" parent="377" vertex="1">
                    <mxGeometry y="120" width="180" height="30" as="geometry"/>
                </mxCell>
                <mxCell id="388" value="" style="shape=partialRectangle;connectable=1;fillColor=none;top=0;left=0;bottom=0;right=0;editable=1;overflow=hidden;whiteSpace=wrap;html=1;rounded=0;movable=1;resizable=1;rotatable=1;deletable=1;locked=0;shadow=0;" parent="387" vertex="1">
                    <mxGeometry width="30" height="30" as="geometry">
                        <mxRectangle width="30" height="30" as="alternateBounds"/>
                    </mxGeometry>
                </mxCell>
                <mxCell id="389" value="address" style="shape=partialRectangle;connectable=1;fillColor=none;top=0;left=0;bottom=0;right=0;align=left;spacingLeft=6;overflow=hidden;whiteSpace=wrap;html=1;rounded=0;movable=1;resizable=1;rotatable=1;deletable=1;editable=1;locked=0;shadow=0;" parent="387" vertex="1">
                    <mxGeometry x="30" width="150" height="30" as="geometry">
                        <mxRectangle width="150" height="30" as="alternateBounds"/>
                    </mxGeometry>
                </mxCell>
                <mxCell id="390" value="" style="shape=tableRow;horizontal=0;startSize=0;swimlaneHead=0;swimlaneBody=0;fillColor=none;collapsible=0;dropTarget=0;points=[[0,0.5],[1,0.5]];portConstraint=eastwest;top=0;left=0;right=0;bottom=0;rounded=0;movable=1;resizable=1;rotatable=1;deletable=1;editable=1;locked=0;connectable=1;shadow=0;" parent="377" vertex="1">
                    <mxGeometry y="150" width="180" height="30" as="geometry"/>
                </mxCell>
                <mxCell id="391" value="" style="shape=partialRectangle;connectable=1;fillColor=none;top=0;left=0;bottom=0;right=0;editable=1;overflow=hidden;whiteSpace=wrap;html=1;rounded=0;movable=1;resizable=1;rotatable=1;deletable=1;locked=0;shadow=0;" parent="390" vertex="1">
                    <mxGeometry width="30" height="30" as="geometry">
                        <mxRectangle width="30" height="30" as="alternateBounds"/>
                    </mxGeometry>
                </mxCell>
                <mxCell id="392" value="building" style="shape=partialRectangle;connectable=1;fillColor=none;top=0;left=0;bottom=0;right=0;align=left;spacingLeft=6;overflow=hidden;whiteSpace=wrap;html=1;rounded=0;movable=1;resizable=1;rotatable=1;deletable=1;editable=1;locked=0;shadow=0;" parent="390" vertex="1">
                    <mxGeometry x="30" width="150" height="30" as="geometry">
                        <mxRectangle width="150" height="30" as="alternateBounds"/>
                    </mxGeometry>
                </mxCell>
                <mxCell id="393" value="comments" style="shape=table;startSize=30;container=1;collapsible=1;childLayout=tableLayout;fixedRows=1;rowLines=0;fontStyle=1;align=center;resizeLast=1;html=1;rounded=0;movable=1;resizable=1;rotatable=1;deletable=1;editable=1;locked=0;connectable=1;shadow=0;" parent="318" vertex="1">
                    <mxGeometry x="540" y="360" width="180" height="150" as="geometry"/>
                </mxCell>
                <mxCell id="394" value="" style="shape=tableRow;horizontal=0;startSize=0;swimlaneHead=0;swimlaneBody=0;fillColor=none;collapsible=0;dropTarget=0;points=[[0,0.5],[1,0.5]];portConstraint=eastwest;top=0;left=0;right=0;bottom=1;rounded=0;movable=1;resizable=1;rotatable=1;deletable=1;editable=1;locked=0;connectable=1;shadow=0;" parent="393" vertex="1">
                    <mxGeometry y="30" width="180" height="30" as="geometry"/>
                </mxCell>
                <mxCell id="395" value="PK" style="shape=partialRectangle;connectable=1;fillColor=none;top=0;left=0;bottom=0;right=0;fontStyle=1;overflow=hidden;whiteSpace=wrap;html=1;rounded=0;movable=1;resizable=1;rotatable=1;deletable=1;editable=1;locked=0;shadow=0;" parent="394" vertex="1">
                    <mxGeometry width="30" height="30" as="geometry">
                        <mxRectangle width="30" height="30" as="alternateBounds"/>
                    </mxGeometry>
                </mxCell>
                <mxCell id="396" value="id (PK)" style="shape=partialRectangle;connectable=1;fillColor=none;top=0;left=0;bottom=0;right=0;align=left;spacingLeft=6;fontStyle=5;overflow=hidden;whiteSpace=wrap;html=1;rounded=0;movable=1;resizable=1;rotatable=1;deletable=1;editable=1;locked=0;shadow=0;" parent="394" vertex="1">
                    <mxGeometry x="30" width="150" height="30" as="geometry">
                        <mxRectangle width="150" height="30" as="alternateBounds"/>
                    </mxGeometry>
                </mxCell>
                <mxCell id="397" value="" style="shape=tableRow;horizontal=0;startSize=0;swimlaneHead=0;swimlaneBody=0;fillColor=none;collapsible=0;dropTarget=0;points=[[0,0.5],[1,0.5]];portConstraint=eastwest;top=0;left=0;right=0;bottom=0;rounded=0;movable=1;resizable=1;rotatable=1;deletable=1;editable=1;locked=0;connectable=1;shadow=0;" parent="393" vertex="1">
                    <mxGeometry y="60" width="180" height="30" as="geometry"/>
                </mxCell>
                <mxCell id="398" value="" style="shape=partialRectangle;connectable=1;fillColor=none;top=0;left=0;bottom=0;right=0;editable=1;overflow=hidden;whiteSpace=wrap;html=1;rounded=0;movable=1;resizable=1;rotatable=1;deletable=1;locked=0;shadow=0;" parent="397" vertex="1">
                    <mxGeometry width="30" height="30" as="geometry">
                        <mxRectangle width="30" height="30" as="alternateBounds"/>
                    </mxGeometry>
                </mxCell>
                <mxCell id="399" value="user_id (FK)" style="shape=partialRectangle;connectable=1;fillColor=none;top=0;left=0;bottom=0;right=0;align=left;spacingLeft=6;overflow=hidden;whiteSpace=wrap;html=1;rounded=0;movable=1;resizable=1;rotatable=1;deletable=1;editable=1;locked=0;shadow=0;" parent="397" vertex="1">
                    <mxGeometry x="30" width="150" height="30" as="geometry">
                        <mxRectangle width="150" height="30" as="alternateBounds"/>
                    </mxGeometry>
                </mxCell>
                <mxCell id="400" value="" style="shape=tableRow;horizontal=0;startSize=0;swimlaneHead=0;swimlaneBody=0;fillColor=none;collapsible=0;dropTarget=0;points=[[0,0.5],[1,0.5]];portConstraint=eastwest;top=0;left=0;right=0;bottom=0;rounded=0;movable=1;resizable=1;rotatable=1;deletable=1;editable=1;locked=0;connectable=1;shadow=0;" parent="393" vertex="1">
                    <mxGeometry y="90" width="180" height="30" as="geometry"/>
                </mxCell>
                <mxCell id="401" value="" style="shape=partialRectangle;connectable=1;fillColor=none;top=0;left=0;bottom=0;right=0;editable=1;overflow=hidden;whiteSpace=wrap;html=1;rounded=0;movable=1;resizable=1;rotatable=1;deletable=1;locked=0;shadow=0;" parent="400" vertex="1">
                    <mxGeometry width="30" height="30" as="geometry">
                        <mxRectangle width="30" height="30" as="alternateBounds"/>
                    </mxGeometry>
                </mxCell>
                <mxCell id="402" value="item_id (FK)" style="shape=partialRectangle;connectable=1;fillColor=none;top=0;left=0;bottom=0;right=0;align=left;spacingLeft=6;overflow=hidden;whiteSpace=wrap;html=1;rounded=0;movable=1;resizable=1;rotatable=1;deletable=1;editable=1;locked=0;shadow=0;" parent="400" vertex="1">
                    <mxGeometry x="30" width="150" height="30" as="geometry">
                        <mxRectangle width="150" height="30" as="alternateBounds"/>
                    </mxGeometry>
                </mxCell>
                <mxCell id="403" value="" style="shape=tableRow;horizontal=0;startSize=0;swimlaneHead=0;swimlaneBody=0;fillColor=none;collapsible=0;dropTarget=0;points=[[0,0.5],[1,0.5]];portConstraint=eastwest;top=0;left=0;right=0;bottom=0;rounded=0;movable=1;resizable=1;rotatable=1;deletable=1;editable=1;locked=0;connectable=1;shadow=0;" parent="393" vertex="1">
                    <mxGeometry y="120" width="180" height="30" as="geometry"/>
                </mxCell>
                <mxCell id="404" value="" style="shape=partialRectangle;connectable=1;fillColor=none;top=0;left=0;bottom=0;right=0;editable=1;overflow=hidden;whiteSpace=wrap;html=1;rounded=0;movable=1;resizable=1;rotatable=1;deletable=1;locked=0;shadow=0;" parent="403" vertex="1">
                    <mxGeometry width="30" height="30" as="geometry">
                        <mxRectangle width="30" height="30" as="alternateBounds"/>
                    </mxGeometry>
                </mxCell>
                <mxCell id="405" value="comment" style="shape=partialRectangle;connectable=1;fillColor=none;top=0;left=0;bottom=0;right=0;align=left;spacingLeft=6;overflow=hidden;whiteSpace=wrap;html=1;rounded=0;movable=1;resizable=1;rotatable=1;deletable=1;editable=1;locked=0;shadow=0;" parent="403" vertex="1">
                    <mxGeometry x="30" width="150" height="30" as="geometry">
                        <mxRectangle width="150" height="30" as="alternateBounds"/>
                    </mxGeometry>
                </mxCell>
                <mxCell id="406" value="likes" style="shape=table;startSize=30;container=1;collapsible=1;childLayout=tableLayout;fixedRows=1;rowLines=0;fontStyle=1;align=center;resizeLast=1;html=1;rounded=0;movable=1;resizable=1;rotatable=1;deletable=1;editable=1;locked=0;connectable=1;shadow=0;" parent="318" vertex="1">
                    <mxGeometry x="280" y="70" width="180" height="120" as="geometry"/>
                </mxCell>
                <mxCell id="407" value="" style="shape=tableRow;horizontal=0;startSize=0;swimlaneHead=0;swimlaneBody=0;fillColor=none;collapsible=0;dropTarget=0;points=[[0,0.5],[1,0.5]];portConstraint=eastwest;top=0;left=0;right=0;bottom=1;rounded=0;movable=1;resizable=1;rotatable=1;deletable=1;editable=1;locked=0;connectable=1;shadow=0;" parent="406" vertex="1">
                    <mxGeometry y="30" width="180" height="30" as="geometry"/>
                </mxCell>
                <mxCell id="408" value="PK" style="shape=partialRectangle;connectable=1;fillColor=none;top=0;left=0;bottom=0;right=0;fontStyle=1;overflow=hidden;whiteSpace=wrap;html=1;rounded=0;movable=1;resizable=1;rotatable=1;deletable=1;editable=1;locked=0;shadow=0;" parent="407" vertex="1">
                    <mxGeometry width="30" height="30" as="geometry">
                        <mxRectangle width="30" height="30" as="alternateBounds"/>
                    </mxGeometry>
                </mxCell>
                <mxCell id="409" value="id (PK)" style="shape=partialRectangle;connectable=1;fillColor=none;top=0;left=0;bottom=0;right=0;align=left;spacingLeft=6;fontStyle=5;overflow=hidden;whiteSpace=wrap;html=1;rounded=0;movable=1;resizable=1;rotatable=1;deletable=1;editable=1;locked=0;shadow=0;" parent="407" vertex="1">
                    <mxGeometry x="30" width="150" height="30" as="geometry">
                        <mxRectangle width="150" height="30" as="alternateBounds"/>
                    </mxGeometry>
                </mxCell>
                <mxCell id="410" value="" style="shape=tableRow;horizontal=0;startSize=0;swimlaneHead=0;swimlaneBody=0;fillColor=none;collapsible=0;dropTarget=0;points=[[0,0.5],[1,0.5]];portConstraint=eastwest;top=0;left=0;right=0;bottom=0;rounded=0;movable=1;resizable=1;rotatable=1;deletable=1;editable=1;locked=0;connectable=1;shadow=0;" parent="406" vertex="1">
                    <mxGeometry y="60" width="180" height="30" as="geometry"/>
                </mxCell>
                <mxCell id="411" value="" style="shape=partialRectangle;connectable=1;fillColor=none;top=0;left=0;bottom=0;right=0;editable=1;overflow=hidden;whiteSpace=wrap;html=1;rounded=0;movable=1;resizable=1;rotatable=1;deletable=1;locked=0;shadow=0;" parent="410" vertex="1">
                    <mxGeometry width="30" height="30" as="geometry">
                        <mxRectangle width="30" height="30" as="alternateBounds"/>
                    </mxGeometry>
                </mxCell>
                <mxCell id="412" value="user_id (FK)" style="shape=partialRectangle;connectable=1;fillColor=none;top=0;left=0;bottom=0;right=0;align=left;spacingLeft=6;overflow=hidden;whiteSpace=wrap;html=1;rounded=0;movable=1;resizable=1;rotatable=1;deletable=1;editable=1;locked=0;shadow=0;" parent="410" vertex="1">
                    <mxGeometry x="30" width="150" height="30" as="geometry">
                        <mxRectangle width="150" height="30" as="alternateBounds"/>
                    </mxGeometry>
                </mxCell>
                <mxCell id="413" value="" style="shape=tableRow;horizontal=0;startSize=0;swimlaneHead=0;swimlaneBody=0;fillColor=none;collapsible=0;dropTarget=0;points=[[0,0.5],[1,0.5]];portConstraint=eastwest;top=0;left=0;right=0;bottom=0;rounded=0;movable=1;resizable=1;rotatable=1;deletable=1;editable=1;locked=0;connectable=1;shadow=0;" parent="406" vertex="1">
                    <mxGeometry y="90" width="180" height="30" as="geometry"/>
                </mxCell>
                <mxCell id="414" value="" style="shape=partialRectangle;connectable=1;fillColor=none;top=0;left=0;bottom=0;right=0;editable=1;overflow=hidden;whiteSpace=wrap;html=1;rounded=0;movable=1;resizable=1;rotatable=1;deletable=1;locked=0;shadow=0;" parent="413" vertex="1">
                    <mxGeometry width="30" height="30" as="geometry">
                        <mxRectangle width="30" height="30" as="alternateBounds"/>
                    </mxGeometry>
                </mxCell>
                <mxCell id="415" value="item_id (FK)" style="shape=partialRectangle;connectable=1;fillColor=none;top=0;left=0;bottom=0;right=0;align=left;spacingLeft=6;overflow=hidden;whiteSpace=wrap;html=1;rounded=0;movable=1;resizable=1;rotatable=1;deletable=1;editable=1;locked=0;shadow=0;" parent="413" vertex="1">
                    <mxGeometry x="30" width="150" height="30" as="geometry">
                        <mxRectangle width="150" height="30" as="alternateBounds"/>
                    </mxGeometry>
                </mxCell>
                <mxCell id="416" value="purchases" style="shape=table;startSize=30;container=1;collapsible=1;childLayout=tableLayout;fixedRows=1;rowLines=0;fontStyle=1;align=center;resizeLast=1;html=1;rounded=0;movable=1;resizable=1;rotatable=1;deletable=1;editable=1;locked=0;connectable=1;shadow=0;" parent="318" vertex="1">
                    <mxGeometry width="180" height="210" as="geometry"/>
                </mxCell>
                <mxCell id="417" value="" style="shape=tableRow;horizontal=0;startSize=0;swimlaneHead=0;swimlaneBody=0;fillColor=none;collapsible=0;dropTarget=0;points=[[0,0.5],[1,0.5]];portConstraint=eastwest;top=0;left=0;right=0;bottom=1;rounded=0;movable=1;resizable=1;rotatable=1;deletable=1;editable=1;locked=0;connectable=1;shadow=0;" parent="416" vertex="1">
                    <mxGeometry y="30" width="180" height="30" as="geometry"/>
                </mxCell>
                <mxCell id="418" value="PK" style="shape=partialRectangle;connectable=1;fillColor=none;top=0;left=0;bottom=0;right=0;fontStyle=1;overflow=hidden;whiteSpace=wrap;html=1;rounded=0;movable=1;resizable=1;rotatable=1;deletable=1;editable=1;locked=0;shadow=0;" parent="417" vertex="1">
                    <mxGeometry width="30" height="30" as="geometry">
                        <mxRectangle width="30" height="30" as="alternateBounds"/>
                    </mxGeometry>
                </mxCell>
                <mxCell id="419" value="id (PK)" style="shape=partialRectangle;connectable=1;fillColor=none;top=0;left=0;bottom=0;right=0;align=left;spacingLeft=6;fontStyle=5;overflow=hidden;whiteSpace=wrap;html=1;rounded=0;movable=1;resizable=1;rotatable=1;deletable=1;editable=1;locked=0;shadow=0;" parent="417" vertex="1">
                    <mxGeometry x="30" width="150" height="30" as="geometry">
                        <mxRectangle width="150" height="30" as="alternateBounds"/>
                    </mxGeometry>
                </mxCell>
                <mxCell id="420" value="" style="shape=tableRow;horizontal=0;startSize=0;swimlaneHead=0;swimlaneBody=0;fillColor=none;collapsible=0;dropTarget=0;points=[[0,0.5],[1,0.5]];portConstraint=eastwest;top=0;left=0;right=0;bottom=0;rounded=0;movable=1;resizable=1;rotatable=1;deletable=1;editable=1;locked=0;connectable=1;shadow=0;" parent="416" vertex="1">
                    <mxGeometry y="60" width="180" height="30" as="geometry"/>
                </mxCell>
                <mxCell id="421" value="" style="shape=partialRectangle;connectable=1;fillColor=none;top=0;left=0;bottom=0;right=0;editable=1;overflow=hidden;whiteSpace=wrap;html=1;rounded=0;movable=1;resizable=1;rotatable=1;deletable=1;locked=0;shadow=0;" parent="420" vertex="1">
                    <mxGeometry width="30" height="30" as="geometry">
                        <mxRectangle width="30" height="30" as="alternateBounds"/>
                    </mxGeometry>
                </mxCell>
                <mxCell id="422" value="user_id (FK)" style="shape=partialRectangle;connectable=1;fillColor=none;top=0;left=0;bottom=0;right=0;align=left;spacingLeft=6;overflow=hidden;whiteSpace=wrap;html=1;rounded=0;movable=1;resizable=1;rotatable=1;deletable=1;editable=1;locked=0;shadow=0;" parent="420" vertex="1">
                    <mxGeometry x="30" width="150" height="30" as="geometry">
                        <mxRectangle width="150" height="30" as="alternateBounds"/>
                    </mxGeometry>
                </mxCell>
                <mxCell id="423" value="" style="shape=tableRow;horizontal=0;startSize=0;swimlaneHead=0;swimlaneBody=0;fillColor=none;collapsible=0;dropTarget=0;points=[[0,0.5],[1,0.5]];portConstraint=eastwest;top=0;left=0;right=0;bottom=0;rounded=0;movable=1;resizable=1;rotatable=1;deletable=1;editable=1;locked=0;connectable=1;shadow=0;" parent="416" vertex="1">
                    <mxGeometry y="90" width="180" height="30" as="geometry"/>
                </mxCell>
                <mxCell id="424" value="" style="shape=partialRectangle;connectable=1;fillColor=none;top=0;left=0;bottom=0;right=0;editable=1;overflow=hidden;whiteSpace=wrap;html=1;rounded=0;movable=1;resizable=1;rotatable=1;deletable=1;locked=0;shadow=0;" parent="423" vertex="1">
                    <mxGeometry width="30" height="30" as="geometry">
                        <mxRectangle width="30" height="30" as="alternateBounds"/>
                    </mxGeometry>
                </mxCell>
                <mxCell id="425" value="item_id (FK)" style="shape=partialRectangle;connectable=1;fillColor=none;top=0;left=0;bottom=0;right=0;align=left;spacingLeft=6;overflow=hidden;whiteSpace=wrap;html=1;rounded=0;movable=1;resizable=1;rotatable=1;deletable=1;editable=1;locked=0;shadow=0;" parent="423" vertex="1">
                    <mxGeometry x="30" width="150" height="30" as="geometry">
                        <mxRectangle width="150" height="30" as="alternateBounds"/>
                    </mxGeometry>
                </mxCell>
                <mxCell id="426" value="" style="shape=tableRow;horizontal=0;startSize=0;swimlaneHead=0;swimlaneBody=0;fillColor=none;collapsible=0;dropTarget=0;points=[[0,0.5],[1,0.5]];portConstraint=eastwest;top=0;left=0;right=0;bottom=0;rounded=0;movable=1;resizable=1;rotatable=1;deletable=1;editable=1;locked=0;connectable=1;shadow=0;" parent="416" vertex="1">
                    <mxGeometry y="120" width="180" height="30" as="geometry"/>
                </mxCell>
                <mxCell id="427" value="" style="shape=partialRectangle;connectable=1;fillColor=none;top=0;left=0;bottom=0;right=0;editable=1;overflow=hidden;whiteSpace=wrap;html=1;rounded=0;movable=1;resizable=1;rotatable=1;deletable=1;locked=0;shadow=0;" parent="426" vertex="1">
                    <mxGeometry width="30" height="30" as="geometry">
                        <mxRectangle width="30" height="30" as="alternateBounds"/>
                    </mxGeometry>
                </mxCell>
                <mxCell id="428" value="address_id (FK)" style="shape=partialRectangle;connectable=1;fillColor=none;top=0;left=0;bottom=0;right=0;align=left;spacingLeft=6;overflow=hidden;whiteSpace=wrap;html=1;rounded=0;movable=1;resizable=1;rotatable=1;deletable=1;editable=1;locked=0;shadow=0;" parent="426" vertex="1">
                    <mxGeometry x="30" width="150" height="30" as="geometry">
                        <mxRectangle width="150" height="30" as="alternateBounds"/>
                    </mxGeometry>
                </mxCell>
                <mxCell id="429" value="" style="shape=tableRow;horizontal=0;startSize=0;swimlaneHead=0;swimlaneBody=0;fillColor=none;collapsible=0;dropTarget=0;points=[[0,0.5],[1,0.5]];portConstraint=eastwest;top=0;left=0;right=0;bottom=0;rounded=0;movable=1;resizable=1;rotatable=1;deletable=1;editable=1;locked=0;connectable=1;shadow=0;" parent="416" vertex="1">
                    <mxGeometry y="150" width="180" height="30" as="geometry"/>
                </mxCell>
                <mxCell id="430" value="" style="shape=partialRectangle;connectable=1;fillColor=none;top=0;left=0;bottom=0;right=0;editable=1;overflow=hidden;whiteSpace=wrap;html=1;rounded=0;movable=1;resizable=1;rotatable=1;deletable=1;locked=0;shadow=0;" parent="429" vertex="1">
                    <mxGeometry width="30" height="30" as="geometry">
                        <mxRectangle width="30" height="30" as="alternateBounds"/>
                    </mxGeometry>
                </mxCell>
                <mxCell id="431" value="payment_mehod" style="shape=partialRectangle;connectable=1;fillColor=none;top=0;left=0;bottom=0;right=0;align=left;spacingLeft=6;overflow=hidden;whiteSpace=wrap;html=1;rounded=0;movable=1;resizable=1;rotatable=1;deletable=1;editable=1;locked=0;shadow=0;" parent="429" vertex="1">
                    <mxGeometry x="30" width="150" height="30" as="geometry">
                        <mxRectangle width="150" height="30" as="alternateBounds"/>
                    </mxGeometry>
                </mxCell>
                <mxCell id="432" value="" style="shape=tableRow;horizontal=0;startSize=0;swimlaneHead=0;swimlaneBody=0;fillColor=none;collapsible=0;dropTarget=0;points=[[0,0.5],[1,0.5]];portConstraint=eastwest;top=0;left=0;right=0;bottom=0;rounded=0;movable=1;resizable=1;rotatable=1;deletable=1;editable=1;locked=0;connectable=1;shadow=0;" parent="416" vertex="1">
                    <mxGeometry y="180" width="180" height="30" as="geometry"/>
                </mxCell>
                <mxCell id="433" value="" style="shape=partialRectangle;connectable=1;fillColor=none;top=0;left=0;bottom=0;right=0;editable=1;overflow=hidden;whiteSpace=wrap;html=1;rounded=0;movable=1;resizable=1;rotatable=1;deletable=1;locked=0;shadow=0;" parent="432" vertex="1">
                    <mxGeometry width="30" height="30" as="geometry">
                        <mxRectangle width="30" height="30" as="alternateBounds"/>
                    </mxGeometry>
                </mxCell>
                <mxCell id="434" value="status" style="shape=partialRectangle;connectable=1;fillColor=none;top=0;left=0;bottom=0;right=0;align=left;spacingLeft=6;overflow=hidden;whiteSpace=wrap;html=1;rounded=0;movable=1;resizable=1;rotatable=1;deletable=1;editable=1;locked=0;shadow=0;" parent="432" vertex="1">
                    <mxGeometry x="30" width="150" height="30" as="geometry">
                        <mxRectangle width="150" height="30" as="alternateBounds"/>
                    </mxGeometry>
                </mxCell>
                <mxCell id="435" value="" style="fontSize=12;html=1;endArrow=ERzeroToMany;startArrow=ERmandOne;exitX=-0.006;exitY=0.067;exitDx=0;exitDy=0;exitPerimeter=0;rounded=0;movable=1;resizable=1;rotatable=1;deletable=1;editable=1;locked=0;connectable=1;shadow=0;" parent="318" edge="1">
                    <mxGeometry width="100" height="100" relative="1" as="geometry">
                        <mxPoint x="538.9200000000001" y="81.00999999999999" as="sourcePoint"/>
                        <mxPoint x="460" y="80" as="targetPoint"/>
                    </mxGeometry>
                </mxCell>
                <mxCell id="436" value="" style="fontSize=12;html=1;endArrow=ERzeroToMany;startArrow=ERmandOne;entryX=0;entryY=0.5;entryDx=0;entryDy=0;rounded=0;movable=1;resizable=1;rotatable=1;deletable=1;editable=1;locked=0;connectable=1;shadow=0;" parent="318" target="357" edge="1">
                    <mxGeometry width="100" height="100" relative="1" as="geometry">
                        <mxPoint x="460" y="255" as="sourcePoint"/>
                        <mxPoint x="670" y="180" as="targetPoint"/>
                    </mxGeometry>
                </mxCell>
                <mxCell id="437" value="" style="fontSize=12;html=1;endArrow=ERzeroToMany;startArrow=ERmandOne;entryX=1;entryY=0.5;entryDx=0;entryDy=0;rounded=0;movable=1;resizable=1;rotatable=1;deletable=1;editable=1;locked=0;connectable=1;shadow=0;" parent="318" edge="1">
                    <mxGeometry width="100" height="100" relative="1" as="geometry">
                        <mxPoint x="280" y="322" as="sourcePoint"/>
                        <mxPoint x="180" y="320" as="targetPoint"/>
                    </mxGeometry>
                </mxCell>
                <mxCell id="438" value="" style="fontSize=12;html=1;endArrow=ERzeroToMany;startArrow=ERmandOne;entryX=-0.006;entryY=0.033;entryDx=0;entryDy=0;entryPerimeter=0;rounded=0;movable=1;resizable=1;rotatable=1;deletable=1;editable=1;locked=0;connectable=1;shadow=0;" parent="318" edge="1">
                    <mxGeometry width="100" height="100" relative="1" as="geometry">
                        <mxPoint x="460" y="400.01" as="sourcePoint"/>
                        <mxPoint x="538.9200000000001" y="400" as="targetPoint"/>
                    </mxGeometry>
                </mxCell>
                <mxCell id="439" value="" style="fontSize=12;html=1;endArrow=ERzeroToMany;startArrow=ERmandOne;rounded=0;movable=1;resizable=1;rotatable=1;deletable=1;editable=1;locked=0;connectable=1;shadow=0;exitX=0.343;exitY=1;exitDx=0;exitDy=0;exitPerimeter=0;" parent="318" source="448" edge="1">
                    <mxGeometry width="100" height="100" relative="1" as="geometry">
                        <mxPoint x="622" y="288" as="sourcePoint"/>
                        <mxPoint x="621" y="360" as="targetPoint"/>
                    </mxGeometry>
                </mxCell>
                <mxCell id="440" value="" style="fontSize=12;html=1;endArrow=ERzeroToMany;startArrow=ERmandOne;exitX=0.552;exitY=0.002;exitDx=0;exitDy=0;exitPerimeter=0;rounded=0;movable=1;resizable=1;rotatable=1;deletable=1;editable=1;locked=0;connectable=1;shadow=0;" parent="318" source="319" edge="1">
                    <mxGeometry width="100" height="100" relative="1" as="geometry">
                        <mxPoint x="490" y="210" as="sourcePoint"/>
                        <mxPoint x="379" y="190" as="targetPoint"/>
                    </mxGeometry>
                </mxCell>
                <mxCell id="441" value="" style="edgeStyle=orthogonalEdgeStyle;fontSize=12;html=1;endArrow=ERzeroToMany;startArrow=ERmandOne;exitX=0;exitY=0.5;exitDx=0;exitDy=0;entryX=1;entryY=0.211;entryDx=0;entryDy=0;entryPerimeter=0;rounded=0;movable=1;resizable=1;rotatable=1;deletable=1;editable=1;locked=0;connectable=1;shadow=0;" parent="318" source="320" target="432" edge="1">
                    <mxGeometry width="100" height="100" relative="1" as="geometry">
                        <mxPoint x="300" y="220" as="sourcePoint"/>
                        <mxPoint x="400" y="120" as="targetPoint"/>
                    </mxGeometry>
                </mxCell>
                <mxCell id="443" value="" style="fontSize=12;html=1;endArrow=ERzeroToMany;startArrow=ERmandOne;exitX=0.447;exitY=0.001;exitDx=0;exitDy=0;exitPerimeter=0;entryX=0.441;entryY=0.989;entryDx=0;entryDy=0;entryPerimeter=0;rounded=0;movable=1;resizable=1;rotatable=1;deletable=1;editable=1;locked=0;connectable=1;shadow=0;" parent="318" edge="1">
                    <mxGeometry width="100" height="100" relative="1" as="geometry">
                        <mxPoint x="101.07999999999993" y="280.50999999999993" as="sourcePoint"/>
                        <mxPoint x="100" y="210.00000000000003" as="targetPoint"/>
                    </mxGeometry>
                </mxCell>
                <mxCell id="444" value="" style="fontSize=12;html=1;endArrow=ERoneToMany;startArrow=ERmandOne;rounded=0;movable=1;resizable=1;rotatable=1;deletable=1;editable=1;locked=0;connectable=1;shadow=0;" parent="318" edge="1">
                    <mxGeometry width="100" height="100" relative="1" as="geometry">
                        <mxPoint x="1100" y="80" as="sourcePoint"/>
                        <mxPoint x="1000" y="80" as="targetPoint"/>
                    </mxGeometry>
                </mxCell>
                <mxCell id="445" value="" style="fontSize=12;html=1;endArrow=ERoneToMany;startArrow=ERmandOne;rounded=0;movable=1;resizable=1;rotatable=1;deletable=1;editable=1;locked=0;connectable=1;shadow=0;" parent="318" edge="1">
                    <mxGeometry width="100" height="100" relative="1" as="geometry">
                        <mxPoint x="720" y="81" as="sourcePoint"/>
                        <mxPoint x="820" y="80" as="targetPoint"/>
                    </mxGeometry>
                </mxCell>
                <mxCell id="452" value="" style="fontSize=12;html=1;endArrow=ERmandOne;startArrow=ERmandOne;entryX=-0.02;entryY=0.567;entryDx=0;entryDy=0;entryPerimeter=0;exitX=0.996;exitY=0.533;exitDx=0;exitDy=0;exitPerimeter=0;" parent="318" source="419" target="337" edge="1">
                    <mxGeometry width="100" height="100" relative="1" as="geometry">
                        <mxPoint x="190" y="47" as="sourcePoint"/>
                        <mxPoint x="296.255" y="198" as="targetPoint"/>
                    </mxGeometry>
                </mxCell>
            </root>
        </mxGraphModel>
    </diagram>
</mxfile>